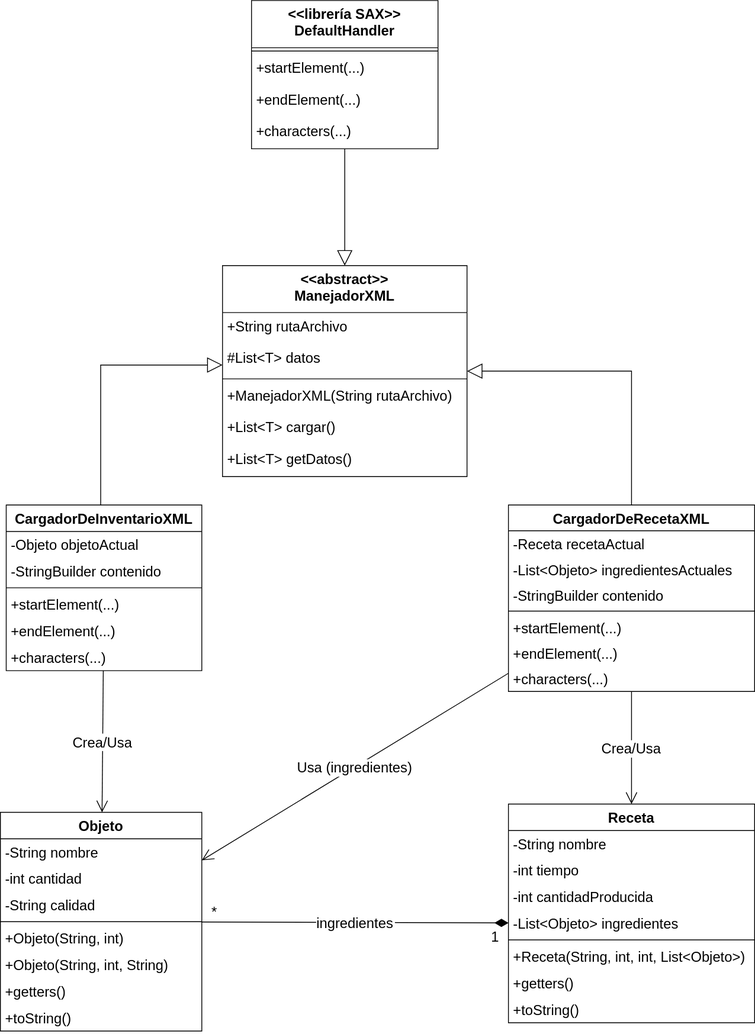
The draw.io diagram lectorXML.svg in jmc-unlam/TP_Crafting_Files, before a commit. Source tidied: cells renumbered, new cells last; positions are measured from the earlier drawing's top-left corner, leaving out a move shared by most shapes.
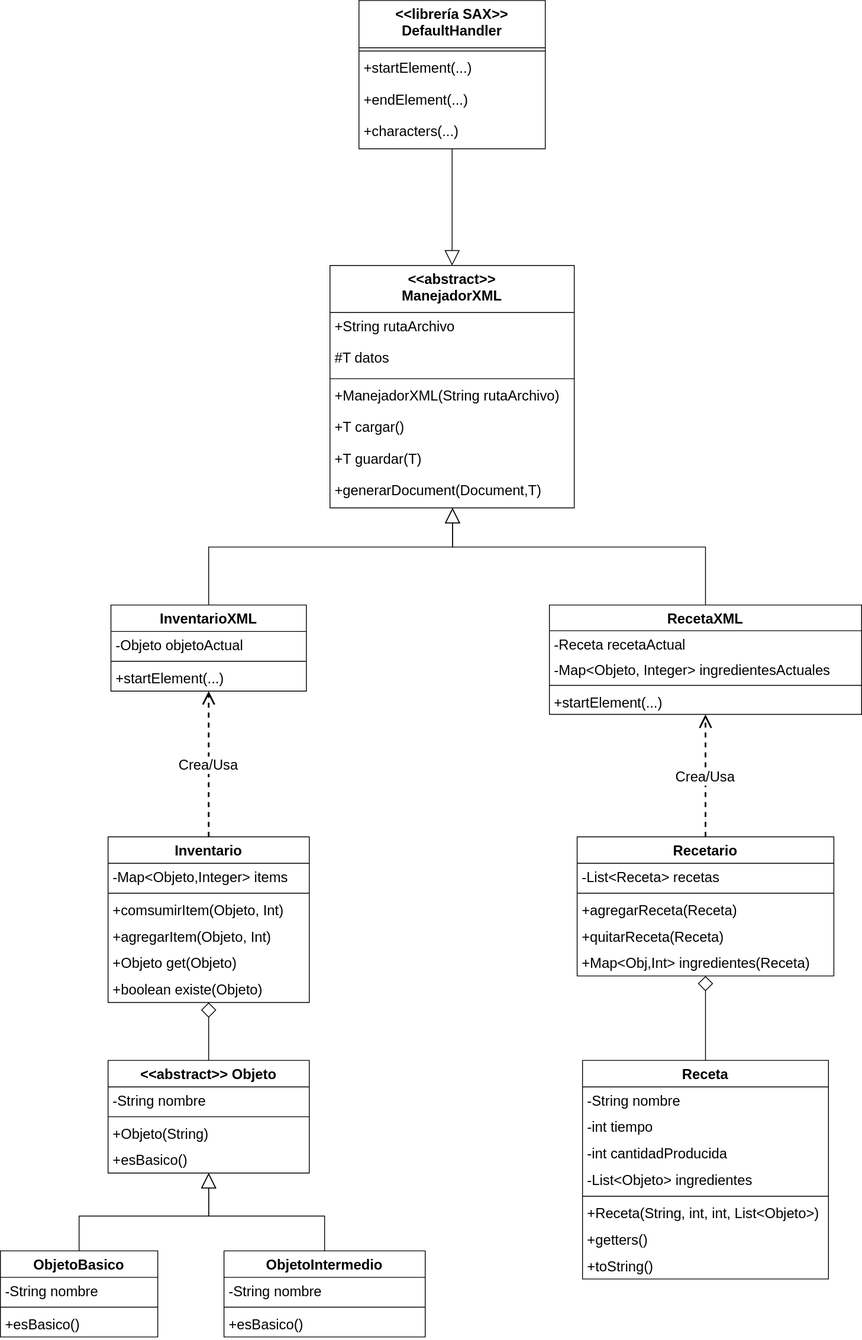
The same diagram one commit later.

Commit message:
dominio actualizado

What changed in the source:
```diff
@@ -5,3 +5,3 @@
     <mxCell id="2" value="&lt;&lt;abstract&gt;&gt;&#10;ManejadorXML" style="swimlane;fontStyle=1;align=center;verticalAlign=top;horizontal=1;startSize=56.727272727272734;fontSize=17;" parent="1" vertex="1">
-      <mxGeometry x="268" y="320" width="295" height="254.7" as="geometry" />
+      <mxGeometry x="268" y="320" width="295" height="292.7" as="geometry" />
     </mxCell>
@@ -10,3 +10,3 @@
     </mxCell>
-    <mxCell id="4" value="#List&lt;T&gt; datos" style="text;strokeColor=none;fillColor=none;align=left;verticalAlign=top;spacingLeft=4;spacingRight=4;overflow=hidden;fontSize=17;" parent="2" vertex="1">
+    <mxCell id="4" value="#T datos" style="text;strokeColor=none;fillColor=none;align=left;verticalAlign=top;spacingLeft=4;spacingRight=4;overflow=hidden;fontSize=17;" parent="2" vertex="1">
       <mxGeometry y="94.7" width="295" height="38" as="geometry" />
@@ -19,10 +19,13 @@
     </mxCell>
-    <mxCell id="7" value="+List&lt;T&gt; cargar()" style="text;strokeColor=none;fillColor=none;align=left;verticalAlign=top;spacingLeft=4;spacingRight=4;overflow=hidden;fontSize=17;" parent="2" vertex="1">
+    <mxCell id="7" value="+T cargar()" style="text;strokeColor=none;fillColor=none;align=left;verticalAlign=top;spacingLeft=4;spacingRight=4;overflow=hidden;fontSize=17;" parent="2" vertex="1">
       <mxGeometry y="178.7" width="295" height="38" as="geometry" />
     </mxCell>
-    <mxCell id="8" value="+List&lt;T&gt; getDatos()" style="text;strokeColor=none;fillColor=none;align=left;verticalAlign=top;spacingLeft=4;spacingRight=4;overflow=hidden;fontSize=17;" parent="2" vertex="1">
+    <mxCell id="8" value="+T guardar(T)" style="text;strokeColor=none;fillColor=none;align=left;verticalAlign=top;spacingLeft=4;spacingRight=4;overflow=hidden;fontSize=17;" parent="2" vertex="1">
       <mxGeometry y="216.7" width="295" height="38" as="geometry" />
     </mxCell>
+    <mxCell id="56" value="+generarDocument(Document,T)" style="text;strokeColor=none;fillColor=none;align=left;verticalAlign=top;spacingLeft=4;spacingRight=4;overflow=hidden;fontSize=17;" parent="2" vertex="1">
+      <mxGeometry y="254.7" width="295" height="38" as="geometry" />
+    </mxCell>
-    <mxCell id="9" value="CargadorDeInventarioXML" style="swimlane;fontStyle=1;align=center;verticalAlign=top;horizontal=1;startSize=32;fontSize=17;" parent="1" vertex="1">
-      <mxGeometry x="7" y="609" width="236" height="200" as="geometry" />
+    <mxCell id="9" value="InventarioXML" style="swimlane;fontStyle=1;align=center;verticalAlign=top;horizontal=1;startSize=32;fontSize=17;" parent="1" vertex="1">
+      <mxGeometry x="3.5" y="730" width="236" height="104" as="geometry" />
     </mxCell>
@@ -31,43 +34,25 @@
     </mxCell>
-    <mxCell id="11" value="-StringBuilder contenido" style="text;strokeColor=none;fillColor=none;align=left;verticalAlign=top;spacingLeft=4;spacingRight=4;overflow=hidden;fontSize=17;" parent="9" vertex="1">
-      <mxGeometry y="64" width="236" height="32" as="geometry" />
-    </mxCell>
     <mxCell id="12" style="line;strokeWidth=1;fillColor=none;align=left;verticalAlign=middle;spacingTop=-1;spacingLeft=3;spacingRight=3;labelPosition=right;strokeColor=inherit;fontSize=17;" parent="9" vertex="1">
-      <mxGeometry y="96" width="236" height="8" as="geometry" />
+      <mxGeometry y="64" width="236" height="8" as="geometry" />
     </mxCell>
     <mxCell id="13" value="+startElement(...)" style="text;strokeColor=none;fillColor=none;align=left;verticalAlign=top;spacingLeft=4;spacingRight=4;overflow=hidden;fontSize=17;" parent="9" vertex="1">
-      <mxGeometry y="104" width="236" height="32" as="geometry" />
+      <mxGeometry y="72" width="236" height="32" as="geometry" />
     </mxCell>
-    <mxCell id="14" value="+endElement(...)" style="text;strokeColor=none;fillColor=none;align=left;verticalAlign=top;spacingLeft=4;spacingRight=4;overflow=hidden;fontSize=17;" parent="9" vertex="1">
-      <mxGeometry y="136" width="236" height="32" as="geometry" />
-    </mxCell>
-    <mxCell id="15" value="+characters(...)" style="text;strokeColor=none;fillColor=none;align=left;verticalAlign=top;spacingLeft=4;spacingRight=4;overflow=hidden;fontSize=17;" parent="9" vertex="1">
-      <mxGeometry y="168" width="236" height="32" as="geometry" />
-    </mxCell>
-    <mxCell id="16" value="CargadorDeRecetaXML" style="swimlane;fontStyle=1;align=center;verticalAlign=top;horizontal=1;startSize=31.11111111111111;fontSize=17;" parent="1" vertex="1">
-      <mxGeometry x="613" y="609" width="297" height="225.1" as="geometry" />
+    <mxCell id="16" value="RecetaXML" style="swimlane;fontStyle=1;align=center;verticalAlign=top;horizontal=1;startSize=31.11111111111111;fontSize=17;" parent="1" vertex="1">
+      <mxGeometry x="533" y="730" width="377" height="132.1" as="geometry" />
     </mxCell>
     <mxCell id="17" value="-Receta recetaActual" style="text;strokeColor=none;fillColor=none;align=left;verticalAlign=top;spacingLeft=4;spacingRight=4;overflow=hidden;fontSize=17;" parent="16" vertex="1">
-      <mxGeometry y="31.1" width="297" height="31" as="geometry" />
+      <mxGeometry y="31.1" width="377" height="31" as="geometry" />
     </mxCell>
-    <mxCell id="18" value="-List&lt;Objeto&gt; ingredientesActuales" style="text;strokeColor=none;fillColor=none;align=left;verticalAlign=top;spacingLeft=4;spacingRight=4;overflow=hidden;fontSize=17;" parent="16" vertex="1">
-      <mxGeometry y="62.1" width="297" height="31" as="geometry" />
+    <mxCell id="18" value="-Map&lt;Objeto, Integer&gt; ingredientesActuales" style="text;strokeColor=none;fillColor=none;align=left;verticalAlign=top;spacingLeft=4;spacingRight=4;overflow=hidden;fontSize=17;" parent="16" vertex="1">
+      <mxGeometry y="62.1" width="377" height="31" as="geometry" />
     </mxCell>
-    <mxCell id="19" value="-StringBuilder contenido" style="text;strokeColor=none;fillColor=none;align=left;verticalAlign=top;spacingLeft=4;spacingRight=4;overflow=hidden;fontSize=17;" parent="16" vertex="1">
-      <mxGeometry y="93.1" width="297" height="31" as="geometry" />
-    </mxCell>
     <mxCell id="20" style="line;strokeWidth=1;fillColor=none;align=left;verticalAlign=middle;spacingTop=-1;spacingLeft=3;spacingRight=3;labelPosition=right;strokeColor=inherit;fontSize=17;" parent="16" vertex="1">
-      <mxGeometry y="124.1" width="297" height="8" as="geometry" />
+      <mxGeometry y="93.1" width="377" height="8" as="geometry" />
     </mxCell>
     <mxCell id="21" value="+startElement(...)" style="text;strokeColor=none;fillColor=none;align=left;verticalAlign=top;spacingLeft=4;spacingRight=4;overflow=hidden;fontSize=17;" parent="16" vertex="1">
-      <mxGeometry y="132.1" width="297" height="31" as="geometry" />
+      <mxGeometry y="101.1" width="377" height="31" as="geometry" />
     </mxCell>
-    <mxCell id="22" value="+endElement(...)" style="text;strokeColor=none;fillColor=none;align=left;verticalAlign=top;spacingLeft=4;spacingRight=4;overflow=hidden;fontSize=17;" parent="16" vertex="1">
-      <mxGeometry y="163.1" width="297" height="31" as="geometry" />
-    </mxCell>
-    <mxCell id="23" value="+characters(...)" style="text;strokeColor=none;fillColor=none;align=left;verticalAlign=top;spacingLeft=4;spacingRight=4;overflow=hidden;fontSize=17;" parent="16" vertex="1">
-      <mxGeometry y="194.1" width="297" height="31" as="geometry" />
-    </mxCell>
-    <mxCell id="24" value="Objeto" style="swimlane;fontStyle=1;align=center;verticalAlign=top;horizontal=1;startSize=32;fontSize=17;" parent="1" vertex="1">
-      <mxGeometry y="980" width="243" height="264" as="geometry" />
+    <mxCell id="24" value="&lt;&lt;abstract&gt;&gt; Objeto" style="swimlane;fontStyle=1;align=center;verticalAlign=top;horizontal=1;startSize=32;fontSize=17;" parent="1" vertex="1">
+      <mxGeometry y="1280" width="243" height="136" as="geometry" />
     </mxCell>
@@ -76,25 +61,13 @@
     </mxCell>
-    <mxCell id="26" value="-int cantidad" style="text;strokeColor=none;fillColor=none;align=left;verticalAlign=top;spacingLeft=4;spacingRight=4;overflow=hidden;fontSize=17;" parent="24" vertex="1">
-      <mxGeometry y="64" width="243" height="32" as="geometry" />
-    </mxCell>
-    <mxCell id="27" value="-String calidad" style="text;strokeColor=none;fillColor=none;align=left;verticalAlign=top;spacingLeft=4;spacingRight=4;overflow=hidden;fontSize=17;" parent="24" vertex="1">
-      <mxGeometry y="96" width="243" height="32" as="geometry" />
-    </mxCell>
     <mxCell id="28" style="line;strokeWidth=1;fillColor=none;align=left;verticalAlign=middle;spacingTop=-1;spacingLeft=3;spacingRight=3;labelPosition=right;strokeColor=inherit;fontSize=17;" parent="24" vertex="1">
-      <mxGeometry y="128" width="243" height="8" as="geometry" />
+      <mxGeometry y="64" width="243" height="8" as="geometry" />
     </mxCell>
-    <mxCell id="29" value="+Objeto(String, int)" style="text;strokeColor=none;fillColor=none;align=left;verticalAlign=top;spacingLeft=4;spacingRight=4;overflow=hidden;fontSize=17;" parent="24" vertex="1">
-      <mxGeometry y="136" width="243" height="32" as="geometry" />
+    <mxCell id="29" value="+Objeto(String)" style="text;strokeColor=none;fillColor=none;align=left;verticalAlign=top;spacingLeft=4;spacingRight=4;overflow=hidden;fontSize=17;" parent="24" vertex="1">
+      <mxGeometry y="72" width="243" height="32" as="geometry" />
     </mxCell>
-    <mxCell id="30" value="+Objeto(String, int, String)" style="text;strokeColor=none;fillColor=none;align=left;verticalAlign=top;spacingLeft=4;spacingRight=4;overflow=hidden;fontSize=17;" parent="24" vertex="1">
-      <mxGeometry y="168" width="243" height="32" as="geometry" />
-    </mxCell>
-    <mxCell id="31" value="+getters()" style="text;strokeColor=none;fillColor=none;align=left;verticalAlign=top;spacingLeft=4;spacingRight=4;overflow=hidden;fontSize=17;" parent="24" vertex="1">
-      <mxGeometry y="200" width="243" height="32" as="geometry" />
+    <mxCell id="31" value="+esBasico()" style="text;strokeColor=none;fillColor=none;align=left;verticalAlign=top;spacingLeft=4;spacingRight=4;overflow=hidden;fontSize=17;" parent="24" vertex="1">
+      <mxGeometry y="104" width="243" height="32" as="geometry" />
     </mxCell>
-    <mxCell id="32" value="+toString()" style="text;strokeColor=none;fillColor=none;align=left;verticalAlign=top;spacingLeft=4;spacingRight=4;overflow=hidden;fontSize=17;" parent="24" vertex="1">
-      <mxGeometry y="232" width="243" height="32" as="geometry" />
-    </mxCell>
     <mxCell id="33" value="Receta" style="swimlane;fontStyle=1;align=center;verticalAlign=top;horizontal=1;startSize=32;fontSize=17;" parent="1" vertex="1">
-      <mxGeometry x="613" y="970" width="297" height="264" as="geometry" />
+      <mxGeometry x="573" y="1280" width="297" height="264" as="geometry" />
     </mxCell>
@@ -139,6 +112,7 @@
     </mxCell>
-    <mxCell id="47" style="startArrow=block;startSize=16;startFill=0;endArrow=none;rounded=0;edgeStyle=orthogonalEdgeStyle;fontSize=17;" parent="1" edge="1" source="2" target="9">
+    <mxCell id="47" style="startArrow=none;startSize=6;startFill=0;endArrow=block;rounded=0;edgeStyle=orthogonalEdgeStyle;fontSize=17;endFill=0;endSize=16;strokeWidth=1;" parent="1" edge="1" source="9" target="2">
       <mxGeometry relative="1" as="geometry">
         <Array as="points">
-          <mxPoint x="121" y="440" />
+          <mxPoint x="121" y="660" />
+          <mxPoint x="416" y="660" />
         </Array>
@@ -146,27 +120,16 @@
     </mxCell>
-    <mxCell id="48" style="startArrow=block;startSize=16;startFill=0;endArrow=none;entryX=0.5;entryY=0;rounded=0;edgeStyle=orthogonalEdgeStyle;fontSize=17;" parent="1" edge="1" source="2" target="16">
-      <mxGeometry relative="1" as="geometry" />
+    <mxCell id="48" style="startArrow=none;startSize=6;startFill=0;endArrow=block;rounded=0;edgeStyle=orthogonalEdgeStyle;fontSize=17;endSize=16;endFill=0;" parent="1" edge="1" source="16" target="2">
+      <mxGeometry relative="1" as="geometry">
+        <Array as="points">
+          <mxPoint x="722" y="660" />
+          <mxPoint x="416" y="660" />
+        </Array>
+      </mxGeometry>
     </mxCell>
-    <mxCell id="49" value="Crea/Usa" style="startArrow=none;endArrow=open;endSize=12;rounded=0;fontSize=17;" parent="1" edge="1" source="9" target="24">
+    <mxCell id="49" value="Crea/Usa" style="startArrow=none;endArrow=open;endSize=12;rounded=0;fontSize=17;dashed=1;strokeWidth=2;" parent="1" edge="1" source="68" target="9">
       <mxGeometry relative="1" as="geometry" />
     </mxCell>
-    <mxCell id="50" value="Crea/Usa" style="startArrow=none;endArrow=open;endSize=12;rounded=0;fontSize=17;" parent="1" edge="1" source="16" target="33">
+    <mxCell id="50" value="Crea/Usa" style="startArrow=none;endArrow=open;endSize=12;rounded=0;fontSize=17;dashed=1;strokeWidth=2;" parent="1" edge="1" source="76" target="16">
       <mxGeometry relative="1" as="geometry" />
     </mxCell>
-    <mxCell id="51" value="Usa (ingredientes)" style="startArrow=none;endArrow=open;endSize=12;rounded=0;fontSize=17;" parent="1" edge="1" source="16" target="24">
-      <mxGeometry relative="1" as="geometry" />
-    </mxCell>
-    <mxCell id="52" value="ingredientes" style="startArrow=diamondThin;startSize=14;startFill=1;endArrow=none;rounded=0;fontSize=17;" parent="1" edge="1" source="37" target="24">
-      <mxGeometry relative="1" as="geometry" />
-    </mxCell>
-    <mxCell id="53" value="1" style="edgeLabel;labelBackgroundColor=none;fontSize=17;align=right;verticalAlign=top;" parent="52" vertex="1">
-      <mxGeometry x="-1" relative="1" as="geometry">
-        <mxPoint x="-10" as="offset" />
-      </mxGeometry>
-    </mxCell>
-    <mxCell id="54" value="*" style="edgeLabel;labelBackgroundColor=none;fontSize=17;align=left;verticalAlign=bottom;" parent="52" vertex="1">
-      <mxGeometry x="1" relative="1" as="geometry">
-        <mxPoint x="10" y="-2" as="offset" />
-      </mxGeometry>
-    </mxCell>
     <mxCell id="55" style="curved=1;startArrow=none;endArrow=block;endSize=16;endFill=0;rounded=0;fontSize=17;" parent="1" edge="1" source="42" target="2">
@@ -174,2 +137,77 @@
     </mxCell>
+    <mxCell id="57" style="edgeStyle=orthogonalEdgeStyle;rounded=0;jettySize=auto;html=1;endArrow=block;endFill=0;endSize=16;" parent="1" edge="1" source="58" target="24">
+      <mxGeometry relative="1" as="geometry" />
+    </mxCell>
+    <mxCell id="58" value="ObjetoIntermedio" style="swimlane;fontStyle=1;align=center;verticalAlign=top;horizontal=1;startSize=32;fontSize=17;" parent="1" vertex="1">
+      <mxGeometry x="140" y="1510" width="243" height="104" as="geometry" />
+    </mxCell>
+    <mxCell id="59" value="-String nombre" style="text;strokeColor=none;fillColor=none;align=left;verticalAlign=top;spacingLeft=4;spacingRight=4;overflow=hidden;fontSize=17;" parent="58" vertex="1">
+      <mxGeometry y="32" width="243" height="32" as="geometry" />
+    </mxCell>
+    <mxCell id="60" style="line;strokeWidth=1;fillColor=none;align=left;verticalAlign=middle;spacingTop=-1;spacingLeft=3;spacingRight=3;labelPosition=right;strokeColor=inherit;fontSize=17;" parent="58" vertex="1">
+      <mxGeometry y="64" width="243" height="8" as="geometry" />
+    </mxCell>
+    <mxCell id="61" value="+esBasico()" style="text;strokeColor=none;fillColor=none;align=left;verticalAlign=top;spacingLeft=4;spacingRight=4;overflow=hidden;fontSize=17;" parent="58" vertex="1">
+      <mxGeometry y="72" width="243" height="32" as="geometry" />
+    </mxCell>
+    <mxCell id="62" style="edgeStyle=orthogonalEdgeStyle;rounded=0;jettySize=auto;html=1;strokeColor=default;endArrow=block;endFill=0;endSize=16;" parent="1" edge="1" source="63" target="24">
+      <mxGeometry relative="1" as="geometry" />
+    </mxCell>
+    <mxCell id="63" value="ObjetoBasico" style="swimlane;fontStyle=1;align=center;verticalAlign=top;horizontal=1;startSize=32;fontSize=17;" parent="1" vertex="1">
+      <mxGeometry x="-130" y="1510" width="190" height="104" as="geometry" />
+    </mxCell>
+    <mxCell id="64" value="-String nombre" style="text;strokeColor=none;fillColor=none;align=left;verticalAlign=top;spacingLeft=4;spacingRight=4;overflow=hidden;fontSize=17;" parent="63" vertex="1">
+      <mxGeometry y="32" width="190" height="32" as="geometry" />
+    </mxCell>
+    <mxCell id="65" style="line;strokeWidth=1;fillColor=none;align=left;verticalAlign=middle;spacingTop=-1;spacingLeft=3;spacingRight=3;labelPosition=right;strokeColor=inherit;fontSize=17;" parent="63" vertex="1">
+      <mxGeometry y="64" width="190" height="8" as="geometry" />
+    </mxCell>
+    <mxCell id="66" value="+esBasico()" style="text;strokeColor=none;fillColor=none;align=left;verticalAlign=top;spacingLeft=4;spacingRight=4;overflow=hidden;fontSize=17;" parent="63" vertex="1">
+      <mxGeometry y="72" width="190" height="32" as="geometry" />
+    </mxCell>
+    <mxCell id="67" style="rounded=0;jettySize=auto;html=1;endSize=6;endArrow=none;startFill=0;startArrow=diamond;startSize=16;" parent="1" edge="1" source="68" target="24">
+      <mxGeometry relative="1" as="geometry" />
+    </mxCell>
+    <mxCell id="68" value="Inventario" style="swimlane;fontStyle=1;align=center;verticalAlign=top;horizontal=1;startSize=32;fontSize=17;" parent="1" vertex="1">
+      <mxGeometry y="1010" width="243" height="200" as="geometry" />
+    </mxCell>
+    <mxCell id="69" value="-Map&lt;Objeto,Integer&gt; items" style="text;strokeColor=none;fillColor=none;align=left;verticalAlign=top;spacingLeft=4;spacingRight=4;overflow=hidden;fontSize=17;" parent="68" vertex="1">
+      <mxGeometry y="32" width="243" height="32" as="geometry" />
+    </mxCell>
+    <mxCell id="70" style="line;strokeWidth=1;fillColor=none;align=left;verticalAlign=middle;spacingTop=-1;spacingLeft=3;spacingRight=3;labelPosition=right;strokeColor=inherit;fontSize=17;" parent="68" vertex="1">
+      <mxGeometry y="64" width="243" height="8" as="geometry" />
+    </mxCell>
+    <mxCell id="71" value="+comsumirItem(Objeto, Int)" style="text;strokeColor=none;fillColor=none;align=left;verticalAlign=top;spacingLeft=4;spacingRight=4;overflow=hidden;fontSize=17;" parent="68" vertex="1">
+      <mxGeometry y="72" width="243" height="32" as="geometry" />
+    </mxCell>
+    <mxCell id="72" value="+agregarItem(Objeto, Int)" style="text;strokeColor=none;fillColor=none;align=left;verticalAlign=top;spacingLeft=4;spacingRight=4;overflow=hidden;fontSize=17;" parent="68" vertex="1">
+      <mxGeometry y="104" width="243" height="32" as="geometry" />
+    </mxCell>
+    <mxCell id="73" value="+Objeto get(Objeto)" style="text;strokeColor=none;fillColor=none;align=left;verticalAlign=top;spacingLeft=4;spacingRight=4;overflow=hidden;fontSize=17;" parent="68" vertex="1">
+      <mxGeometry y="136" width="243" height="32" as="geometry" />
+    </mxCell>
+    <mxCell id="74" value="+boolean existe(Objeto)" style="text;strokeColor=none;fillColor=none;align=left;verticalAlign=top;spacingLeft=4;spacingRight=4;overflow=hidden;fontSize=17;" parent="68" vertex="1">
+      <mxGeometry y="168" width="243" height="32" as="geometry" />
+    </mxCell>
+    <mxCell id="75" style="rounded=0;jettySize=auto;html=1;endArrow=none;startFill=0;startArrow=diamond;startSize=16;" parent="1" edge="1" source="76" target="33">
+      <mxGeometry relative="1" as="geometry" />
+    </mxCell>
+    <mxCell id="76" value="Recetario" style="swimlane;fontStyle=1;align=center;verticalAlign=top;horizontal=1;startSize=32;fontSize=17;" parent="1" vertex="1">
+      <mxGeometry x="566.5" y="1010" width="310" height="168" as="geometry" />
+    </mxCell>
+    <mxCell id="77" value="-List&lt;Receta&gt; recetas" style="text;strokeColor=none;fillColor=none;align=left;verticalAlign=top;spacingLeft=4;spacingRight=4;overflow=hidden;fontSize=17;" parent="76" vertex="1">
+      <mxGeometry y="32" width="310" height="32" as="geometry" />
+    </mxCell>
+    <mxCell id="78" style="line;strokeWidth=1;fillColor=none;align=left;verticalAlign=middle;spacingTop=-1;spacingLeft=3;spacingRight=3;labelPosition=right;strokeColor=inherit;fontSize=17;" parent="76" vertex="1">
+      <mxGeometry y="64" width="310" height="8" as="geometry" />
+    </mxCell>
+    <mxCell id="79" value="+agregarReceta(Receta)" style="text;strokeColor=none;fillColor=none;align=left;verticalAlign=top;spacingLeft=4;spacingRight=4;overflow=hidden;fontSize=17;" parent="76" vertex="1">
+      <mxGeometry y="72" width="310" height="32" as="geometry" />
+    </mxCell>
+    <mxCell id="80" value="+quitarReceta(Receta)" style="text;strokeColor=none;fillColor=none;align=left;verticalAlign=top;spacingLeft=4;spacingRight=4;overflow=hidden;fontSize=17;" parent="76" vertex="1">
+      <mxGeometry y="104" width="310" height="32" as="geometry" />
+    </mxCell>
+    <mxCell id="81" value="+Map&lt;Obj,Int&gt; ingredientes(Receta)" style="text;strokeColor=none;fillColor=none;align=left;verticalAlign=top;spacingLeft=4;spacingRight=4;overflow=hidden;fontSize=17;" parent="76" vertex="1">
+      <mxGeometry y="136" width="310" height="32" as="geometry" />
+    </mxCell>
   </root>
```
